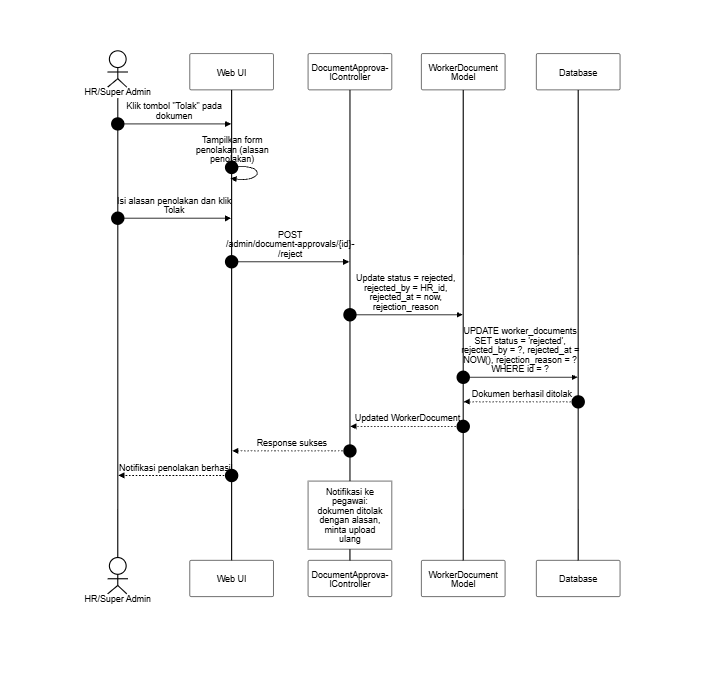
Earlier version of the Mermaid export docs/SequenceDiagram/PNG_Transparent/KelolaDokumen-RejectDokumen.png (SulaimanHafi23/SimpegRSHDI). Its source is kept beside it as docs/SequenceDiagram/KelolaDokumen-RejectDokumen.mermaid. Source of this version:
```mermaid
---
id: PersetujuanDokumen-TolakDokumen
title: Persetujuan Dokumen - Tolak Dokumen
---
%%{init: {"theme": "base", "themeVariables": {"background": "#dddddd", "primaryColor": "#ffffff", "primaryBorderColor": "#000000", "primaryTextColor": "#000000", "lineColor": "#000000", "textColor": "#000000", "actorBkg": "#ffffff", "actorBorder": "#000000", "actorTextColor": "#000000", "activationBkgColor": "#ffffff", "activationBorderColor": "#000000", "signalColor": "#000000", "signalTextColor": "#000000", "labelBoxBkgColor": "#ffffff", "labelBoxBorderColor": "#000000", "labelTextColor": "#000000", "sequenceNumberColor": "#000000", "noteBkgColor": "#ffffff", "noteBorderColor": "#000000", "noteTextColor": "#000000"}, "sequence": {"useMaxWidth": true, "wrap": true, "messageFontSize": 12, "noteFontSize": 12}}}%%
sequenceDiagram
    autonumber
    actor HR as HR/Super Admin
    participant UI as Web UI
    participant C as DocumentApprovalController
    participant D as WorkerDocument Model
    participant DB as Database

    HR->>UI: Klik tombol "Tolak" pada dokumen
    UI->>UI: Tampilkan form penolakan (alasan penolakan)
    HR->>UI: Isi alasan penolakan dan klik Tolak
    UI->>C: POST /admin/document-approvals/{id}/reject
    C->>D: Update status = rejected, rejected_by = HR_id, rejected_at = now, rejection_reason
    D->>DB: UPDATE worker_documents SET status = 'rejected', rejected_by = ?, rejected_at = NOW(), rejection_reason = ? WHERE id = ?
    DB-->>D: Dokumen berhasil ditolak
    D-->>C: Updated WorkerDocument
    C-->>UI: Response sukses
    UI-->>HR: Notifikasi penolakan berhasil
    note over C: Notifikasi ke pegawai: dokumen ditolak dengan alasan, minta upload ulang
```
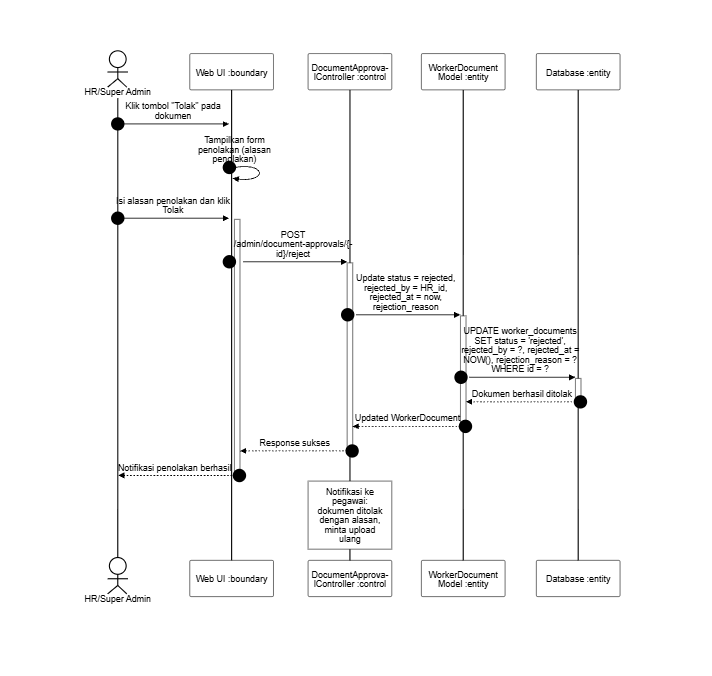
The same diagram one commit later.

Change to the diagram source:
```diff
@@ -6,19 +6,19 @@
 sequenceDiagram
     autonumber
     actor HR as HR/Super Admin
-    participant UI as Web UI
-    participant C as DocumentApprovalController
-    participant D as WorkerDocument Model
-    participant DB as Database
+    participant UI as Web UI :boundary
+    participant C as DocumentApprovalController :control
+    participant D as WorkerDocument Model :entity
+    participant DB as Database :entity
 
-    HR->>UI: Klik tombol "Tolak" pada dokumen
-    UI->>UI: Tampilkan form penolakan (alasan penolakan)
-    HR->>UI: Isi alasan penolakan dan klik Tolak
-    UI->>C: POST /admin/document-approvals/{id}/reject
-    C->>D: Update status = rejected, rejected_by = HR_id, rejected_at = now, rejection_reason
-    D->>DB: UPDATE worker_documents SET status = 'rejected', rejected_by = ?, rejected_at = NOW(), rejection_reason = ? WHERE id = ?
-    DB-->>D: Dokumen berhasil ditolak
-    D-->>C: Updated WorkerDocument
-    C-->>UI: Response sukses
-    UI-->>HR: Notifikasi penolakan berhasil
+    HR->>+UI: Klik tombol "Tolak" pada dokumen
+    UI->>+UI: Tampilkan form penolakan (alasan penolakan)
+    HR->>+UI: Isi alasan penolakan dan klik Tolak
+    UI->>+C: POST /admin/document-approvals/{id}/reject
+    C->>+D: Update status = rejected, rejected_by = HR_id, rejected_at = now, rejection_reason
+    D->>+DB: UPDATE worker_documents SET status = 'rejected', rejected_by = ?, rejected_at = NOW(), rejection_reason = ? WHERE id = ?
+    DB-->>-D: Dokumen berhasil ditolak
+    D-->>-C: Updated WorkerDocument
+    C-->>-UI: Response sukses
+    UI-->>-HR: Notifikasi penolakan berhasil
     note over C: Notifikasi ke pegawai: dokumen ditolak dengan alasan, minta upload ulang
```
